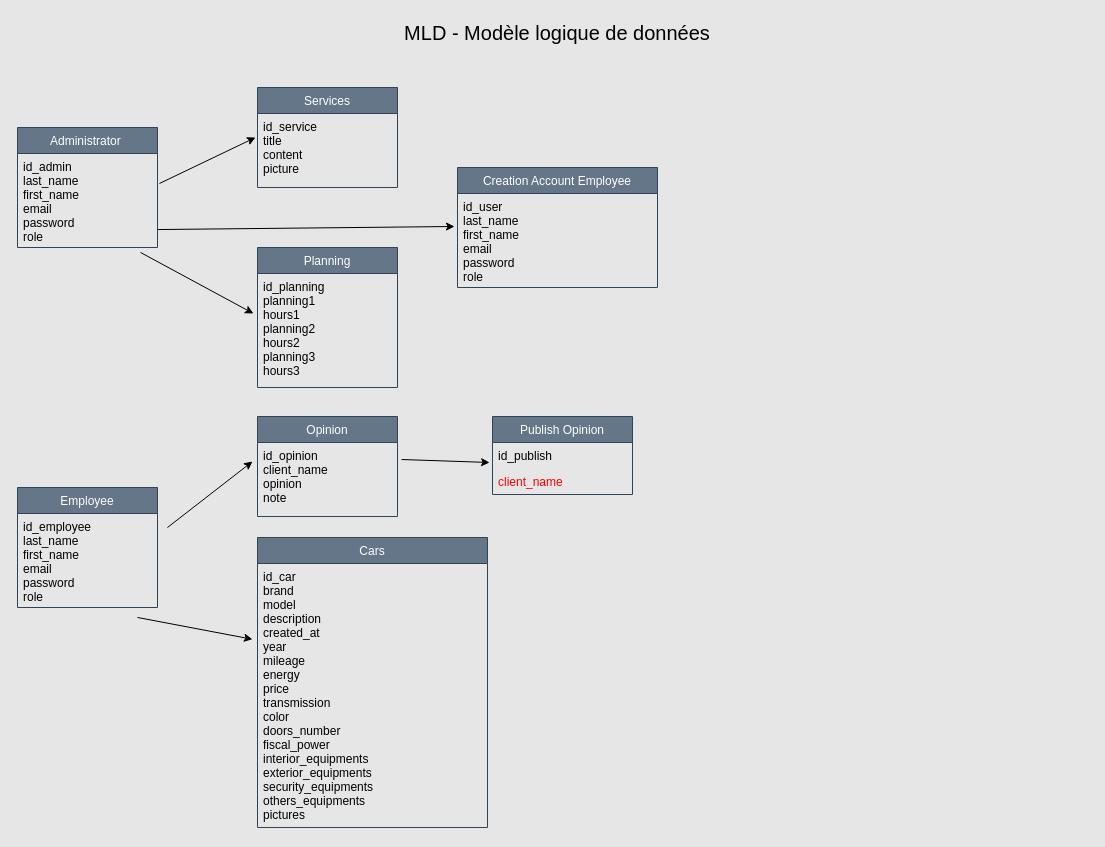
Neeruam244/garageparrot keeps this draw.io diagram as Diagrammes/MLD.drawio. Above is the earlier version. Source tidied: cells renumbered, new cells numbered last; positions are measured from the earlier drawing's top-left corner, leaving out a move shared by most shapes. Both pictures are drawn from the tidied source at 100%, with x=0, y=0 at pixel (17, 17).
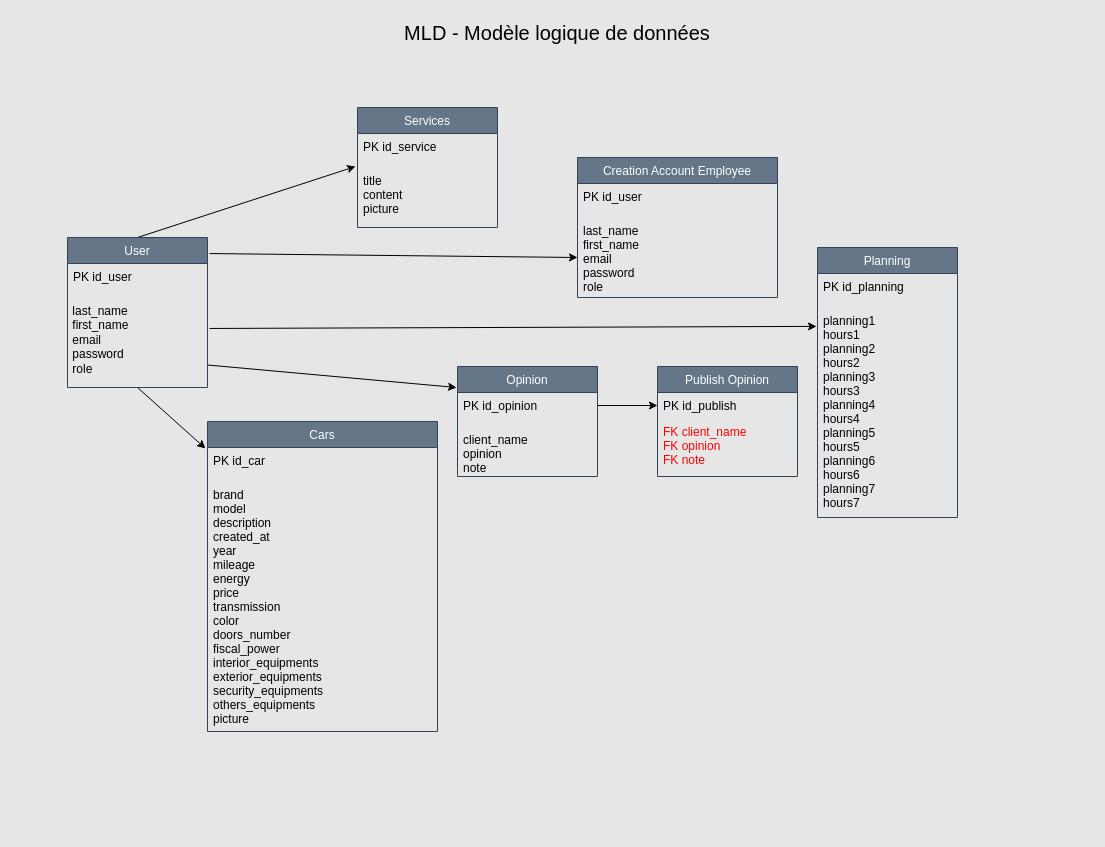
Above is the later version.

The edit, as a diff of the source:
```diff
@@
-    <mxCell id="2" value="Administrator " style="swimlane;fontStyle=0;horizontal=1;startSize=26;fillColor=#647687;fontColor=#ffffff;strokeColor=#314354;" parent="1" vertex="1">
-      <mxGeometry y="110" width="140" height="120" as="geometry" />
-    </mxCell>
-    <mxCell id="3" value="id_admin&#10;last_name&#10;first_name&#10;email &#10;password &#10;role " style="text;strokeColor=none;fillColor=none;align=left;verticalAlign=top;spacingLeft=4;spacingRight=4;overflow=hidden;points=[[0,0.5],[1,0.5]];portConstraint=eastwest;fontColor=#000000;" parent="2" vertex="1">
-      <mxGeometry y="26" width="140" height="94" as="geometry" />
-    </mxCell>
     <mxCell id="4" value="Services" style="swimlane;fontStyle=0;horizontal=1;startSize=26;fillColor=#647687;fontColor=#ffffff;strokeColor=#314354;" parent="1" vertex="1">
-      <mxGeometry x="240" y="70" width="140" height="100" as="geometry" />
+      <mxGeometry x="340" y="90" width="140" height="120" as="geometry" />
     </mxCell>
-    <mxCell id="5" value="id_service&#10;title&#10;content &#10;picture " style="text;strokeColor=none;fillColor=none;align=left;verticalAlign=top;spacingLeft=4;spacingRight=4;overflow=hidden;points=[[0,0.5],[1,0.5]];portConstraint=eastwest;fontColor=#000000;" parent="4" vertex="1">
-      <mxGeometry y="26" width="140" height="74" as="geometry" />
+    <mxCell id="5" value="PK id_service" style="text;strokeColor=none;fillColor=none;align=left;verticalAlign=top;spacingLeft=4;spacingRight=4;overflow=hidden;points=[[0,0.5],[1,0.5]];portConstraint=eastwest;fontColor=#000000;" parent="4" vertex="1">
+      <mxGeometry y="26" width="140" height="34" as="geometry" />
     </mxCell>
+    <mxCell id="26" value="title&#10;content &#10;picture " style="text;strokeColor=none;fillColor=none;align=left;verticalAlign=top;spacingLeft=4;spacingRight=4;overflow=hidden;points=[[0,0.5],[1,0.5]];portConstraint=eastwest;fontColor=#000000;" parent="4" vertex="1">
+      <mxGeometry y="60" width="140" height="60" as="geometry" />
+    </mxCell>
     <mxCell id="6" value="Planning" style="swimlane;fontStyle=0;horizontal=1;startSize=26;fillColor=#647687;fontColor=#ffffff;strokeColor=#314354;" parent="1" vertex="1">
-      <mxGeometry x="240" y="230" width="140" height="140" as="geometry" />
+      <mxGeometry x="800" y="230" width="140" height="270" as="geometry" />
     </mxCell>
-    <mxCell id="7" value="id_planning&#10;planning1 &#10;hours1 &#10;planning2 &#10;hours2 &#10;planning3 &#10;hours3 " style="text;strokeColor=none;fillColor=none;align=left;verticalAlign=top;spacingLeft=4;spacingRight=4;overflow=hidden;points=[[0,0.5],[1,0.5]];portConstraint=eastwest;fontColor=#000000;" parent="6" vertex="1">
-      <mxGeometry y="26" width="140" height="114" as="geometry" />
+    <mxCell id="7" value="PK id_planning " style="text;strokeColor=none;fillColor=none;align=left;verticalAlign=top;spacingLeft=4;spacingRight=4;overflow=hidden;points=[[0,0.5],[1,0.5]];portConstraint=eastwest;fontColor=#000000;" parent="6" vertex="1">
+      <mxGeometry y="26" width="140" height="34" as="geometry" />
     </mxCell>
+    <mxCell id="27" value="planning1 &#10;hours1 &#10;planning2 &#10;hours2 &#10;planning3 &#10;hours3&#10;planning4 &#10;hours4 &#10;planning5 &#10;hours5 &#10;planning6 &#10;hours6&#10;planning7 &#10;hours7 " style="text;strokeColor=none;fillColor=none;align=left;verticalAlign=top;spacingLeft=4;spacingRight=4;overflow=hidden;points=[[0,0.5],[1,0.5]];portConstraint=eastwest;fontColor=#000000;" parent="6" vertex="1">
+      <mxGeometry y="60" width="140" height="210" as="geometry" />
+    </mxCell>
     <mxCell id="8" value="Creation Account Employee" style="swimlane;fontStyle=0;horizontal=1;startSize=26;fillColor=#647687;fontColor=#ffffff;strokeColor=#314354;" parent="1" vertex="1">
-      <mxGeometry x="440" y="150" width="200" height="120" as="geometry" />
+      <mxGeometry x="560" y="140" width="200" height="140" as="geometry" />
     </mxCell>
-    <mxCell id="9" value="id_user&#10;last_name&#10;first_name&#10;email &#10;password &#10;role " style="text;strokeColor=none;fillColor=none;align=left;verticalAlign=top;spacingLeft=4;spacingRight=4;overflow=hidden;points=[[0,0.5],[1,0.5]];portConstraint=eastwest;fontColor=#000000;" parent="8" vertex="1">
-      <mxGeometry y="26" width="200" height="94" as="geometry" />
+    <mxCell id="9" value="PK id_user&#10;" style="text;strokeColor=none;fillColor=none;align=left;verticalAlign=top;spacingLeft=4;spacingRight=4;overflow=hidden;points=[[0,0.5],[1,0.5]];portConstraint=eastwest;fontColor=#000000;" parent="8" vertex="1">
+      <mxGeometry y="26" width="200" height="34" as="geometry" />
     </mxCell>
-    <mxCell id="10" value="Employee" style="swimlane;fontStyle=0;horizontal=1;startSize=26;fillColor=#647687;fontColor=#ffffff;strokeColor=#314354;" parent="1" vertex="1">
-      <mxGeometry y="470" width="140" height="120" as="geometry" />
-    </mxCell>
-    <mxCell id="11" value="id_employee&#10;last_name&#10;first_name&#10;email &#10;password &#10;role " style="text;strokeColor=none;fillColor=none;align=left;verticalAlign=top;spacingLeft=4;spacingRight=4;overflow=hidden;points=[[0,0.5],[1,0.5]];portConstraint=eastwest;fontColor=#000000;" parent="10" vertex="1">
-      <mxGeometry y="26" width="140" height="94" as="geometry" />
-    </mxCell>
+    <mxCell id="28" value="last_name&#10;first_name&#10;email &#10;password &#10;role " style="text;strokeColor=none;fillColor=none;align=left;verticalAlign=top;spacingLeft=4;spacingRight=4;overflow=hidden;points=[[0,0.5],[1,0.5]];portConstraint=eastwest;fontColor=#000000;" parent="8" vertex="1">
+      <mxGeometry y="60" width="200" height="80" as="geometry" />
+    </mxCell>
     <mxCell id="12" value="Opinion" style="swimlane;fontStyle=0;horizontal=1;startSize=26;fillColor=#647687;fontColor=#ffffff;strokeColor=#314354;" parent="1" vertex="1">
-      <mxGeometry x="240" y="399" width="140" height="100" as="geometry" />
+      <mxGeometry x="440" y="349" width="140" height="110" as="geometry" />
     </mxCell>
-    <mxCell id="13" value="id_opinion&#10;client_name &#10;opinion&#10;note" style="text;strokeColor=none;fillColor=none;align=left;verticalAlign=top;spacingLeft=4;spacingRight=4;overflow=hidden;points=[[0,0.5],[1,0.5]];portConstraint=eastwest;fontColor=#000000;" parent="12" vertex="1">
-      <mxGeometry y="26" width="140" height="74" as="geometry" />
+    <mxCell id="13" value="PK id_opinion" style="text;strokeColor=none;fillColor=none;align=left;verticalAlign=top;spacingLeft=4;spacingRight=4;overflow=hidden;points=[[0,0.5],[1,0.5]];portConstraint=eastwest;fontColor=#000000;" parent="12" vertex="1">
+      <mxGeometry y="26" width="140" height="34" as="geometry" />
     </mxCell>
+    <mxCell id="29" value="client_name &#10;opinion&#10;note" style="text;strokeColor=none;fillColor=none;align=left;verticalAlign=top;spacingLeft=4;spacingRight=4;overflow=hidden;fontColor=#000000;" parent="12" vertex="1">
+      <mxGeometry y="60" width="140" height="50" as="geometry" />
+    </mxCell>
     <mxCell id="14" value="Cars" style="swimlane;fontStyle=0;horizontal=1;startSize=26;fillColor=#647687;fontColor=#ffffff;strokeColor=#314354;" parent="1" vertex="1">
-      <mxGeometry x="240" y="520" width="230" height="290" as="geometry" />
+      <mxGeometry x="190" y="404" width="230" height="310" as="geometry" />
     </mxCell>
-    <mxCell id="15" value="id_car&#10;brand&#10;model&#10;description&#10;created_at&#10;year&#10;mileage&#10;energy&#10;price&#10;transmission&#10;color&#10;doors_number&#10;fiscal_power&#10;interior_equipments&#10;exterior_equipments&#10;security_equipments&#10;others_equipments&#10;pictures" style="text;strokeColor=none;fillColor=none;align=left;verticalAlign=top;spacingLeft=4;spacingRight=4;overflow=hidden;points=[[0,0.5],[1,0.5]];portConstraint=eastwest;fontColor=#000000;" parent="14" vertex="1">
-      <mxGeometry y="26" width="230" height="264" as="geometry" />
+    <mxCell id="15" value="PK id_car&#10;" style="text;strokeColor=none;fillColor=none;align=left;verticalAlign=top;spacingLeft=4;spacingRight=4;overflow=hidden;points=[[0,0.5],[1,0.5]];portConstraint=eastwest;fontColor=#000000;" parent="14" vertex="1">
+      <mxGeometry y="26" width="230" height="34" as="geometry" />
     </mxCell>
+    <mxCell id="30" value="brand&#10;model&#10;description&#10;created_at&#10;year&#10;mileage&#10;energy&#10;price&#10;transmission&#10;color&#10;doors_number&#10;fiscal_power&#10;interior_equipments&#10;exterior_equipments&#10;security_equipments&#10;others_equipments&#10;picture" style="text;strokeColor=none;fillColor=none;align=left;verticalAlign=top;spacingLeft=4;spacingRight=4;overflow=hidden;fontColor=#000000;" parent="14" vertex="1">
+      <mxGeometry y="60" width="230" height="250" as="geometry" />
+    </mxCell>
     <mxCell id="16" value="Publish Opinion" style="swimlane;fontStyle=0;horizontal=1;startSize=26;fillColor=#647687;fontColor=#ffffff;strokeColor=#314354;" parent="1" vertex="1">
-      <mxGeometry x="475" y="399" width="140" height="78" as="geometry" />
+      <mxGeometry x="640" y="349" width="140" height="110" as="geometry" />
     </mxCell>
-    <mxCell id="17" value="id_publish" style="text;strokeColor=none;fillColor=none;align=left;verticalAlign=top;spacingLeft=4;spacingRight=4;overflow=hidden;points=[[0,0.5],[1,0.5]];portConstraint=eastwest;fontColor=#000000;" parent="16" vertex="1">
+    <mxCell id="17" value="PK id_publish" style="text;strokeColor=none;fillColor=none;align=left;verticalAlign=top;spacingLeft=4;spacingRight=4;overflow=hidden;points=[[0,0.5],[1,0.5]];portConstraint=eastwest;fontColor=#000000;" parent="16" vertex="1">
       <mxGeometry y="26" width="140" height="26" as="geometry" />
     </mxCell>
-    <mxCell id="18" value="client_name" style="text;strokeColor=none;fillColor=none;align=left;verticalAlign=top;spacingLeft=4;spacingRight=4;overflow=hidden;fontColor=#FF0000;" parent="16" vertex="1">
-      <mxGeometry y="52" width="140" height="26" as="geometry" />
+    <mxCell id="18" value="FK client_name&#10;FK opinion&#10;FK note " style="text;strokeColor=none;fillColor=none;align=left;verticalAlign=top;spacingLeft=4;spacingRight=4;overflow=hidden;fontColor=#FF0000;" parent="16" vertex="1">
+      <mxGeometry y="52" width="140" height="58" as="geometry" />
     </mxCell>
-    <mxCell id="19" style="endArrow=classic;html=1;fontColor=#FF0000;entryX=-0.014;entryY=0.324;entryDx=0;entryDy=0;entryPerimeter=0;strokeColor=#000000;exitX=1.014;exitY=0.319;exitDx=0;exitDy=0;exitPerimeter=0;" parent="1" edge="1" source="3" target="5">
+    <mxCell id="19" style="endArrow=classic;html=1;fontColor=#FF0000;entryX=-0.014;entryY=-0.017;entryDx=0;entryDy=0;entryPerimeter=0;strokeColor=#000000;exitX=0.5;exitY=0;exitDx=0;exitDy=0;" parent="1" edge="1" source="31" target="26">
       <mxGeometry relative="1" as="geometry" />
     </mxCell>
-    <mxCell id="20" style="endArrow=classic;html=1;strokeColor=#000000;fontColor=#FF0000;entryX=-0.029;entryY=0.351;entryDx=0;entryDy=0;entryPerimeter=0;exitX=0.879;exitY=1.053;exitDx=0;exitDy=0;exitPerimeter=0;" parent="1" edge="1" source="3" target="7">
+    <mxCell id="20" style="endArrow=classic;html=1;strokeColor=#000000;fontColor=#FF0000;entryX=-0.007;entryY=0.09;entryDx=0;entryDy=0;entryPerimeter=0;exitX=1.014;exitY=0.344;exitDx=0;exitDy=0;exitPerimeter=0;" parent="1" edge="1" source="33" target="27">
       <mxGeometry relative="1" as="geometry" />
     </mxCell>
-    <mxCell id="21" style="endArrow=classic;html=1;strokeColor=#000000;fontColor=#FF0000;entryX=-0.015;entryY=0.351;entryDx=0;entryDy=0;entryPerimeter=0;exitX=1;exitY=0.809;exitDx=0;exitDy=0;exitPerimeter=0;" parent="1" edge="1" source="3" target="9">
+    <mxCell id="21" style="endArrow=classic;html=1;strokeColor=#000000;fontColor=#FF0000;entryX=0;entryY=0.5;entryDx=0;entryDy=0;exitX=1.014;exitY=0.107;exitDx=0;exitDy=0;exitPerimeter=0;" parent="1" edge="1" source="31" target="28">
       <mxGeometry relative="1" as="geometry" />
     </mxCell>
-    <mxCell id="22" style="endArrow=classic;html=1;strokeColor=#000000;fontColor=#FF0000;entryX=-0.036;entryY=0.257;entryDx=0;entryDy=0;entryPerimeter=0;exitX=1.071;exitY=0.149;exitDx=0;exitDy=0;exitPerimeter=0;" parent="1" edge="1" source="11" target="13">
+    <mxCell id="22" style="endArrow=classic;html=1;strokeColor=#000000;fontColor=#FF0000;entryX=-0.007;entryY=0.191;entryDx=0;entryDy=0;entryPerimeter=0;exitX=1;exitY=0.75;exitDx=0;exitDy=0;" parent="1" edge="1" source="33" target="12">
       <mxGeometry relative="1" as="geometry" />
     </mxCell>
-    <mxCell id="23" style="endArrow=classic;html=1;strokeColor=#000000;fontColor=#FF0000;entryX=-0.022;entryY=0.287;entryDx=0;entryDy=0;entryPerimeter=0;exitX=0.857;exitY=1.106;exitDx=0;exitDy=0;exitPerimeter=0;" parent="1" edge="1" source="11" target="15">
+    <mxCell id="23" style="endArrow=classic;html=1;strokeColor=#000000;fontColor=#FF0000;entryX=-0.009;entryY=0.029;entryDx=0;entryDy=0;exitX=0.5;exitY=1;exitDx=0;exitDy=0;entryPerimeter=0;" parent="1" edge="1" source="33" target="15">
       <mxGeometry relative="1" as="geometry" />
     </mxCell>
-    <mxCell id="24" style="endArrow=classic;html=1;strokeColor=#000000;fontColor=#FF0000;exitX=1.029;exitY=0.23;exitDx=0;exitDy=0;exitPerimeter=0;entryX=-0.021;entryY=0.769;entryDx=0;entryDy=0;entryPerimeter=0;" parent="1" edge="1" source="13" target="17">
-      <mxGeometry relative="1" as="geometry" />
+    <mxCell id="24" style="endArrow=classic;html=1;strokeColor=#000000;fontColor=#FF0000;entryX=0;entryY=0.5;entryDx=0;entryDy=0;" parent="1" edge="1" target="17">
+      <mxGeometry relative="1" as="geometry">
+        <mxPoint x="580" y="388" as="sourcePoint" />
+      </mxGeometry>
     </mxCell>
@@
+    <mxCell id="31" value="User" style="swimlane;fontStyle=0;horizontal=1;startSize=26;fillColor=#647687;fontColor=#ffffff;strokeColor=#314354;" parent="1" vertex="1">
+      <mxGeometry x="50" y="220" width="140" height="150" as="geometry" />
+    </mxCell>
+    <mxCell id="32" value="PK id_user " style="text;strokeColor=none;fillColor=none;align=left;verticalAlign=top;spacingLeft=4;spacingRight=4;overflow=hidden;fontColor=#000000;" parent="31" vertex="1">
+      <mxGeometry y="26" width="140" height="34" as="geometry" />
+    </mxCell>
+    <mxCell id="33" value="&lt;span style=&quot;color: rgb(0, 0, 0); font-family: Helvetica; font-size: 12px; font-style: normal; font-variant-ligatures: normal; font-variant-caps: normal; font-weight: 400; letter-spacing: normal; orphans: 2; text-align: left; text-indent: 0px; text-transform: none; widows: 2; word-spacing: 0px; -webkit-text-stroke-width: 0px; text-decoration-thickness: initial; text-decoration-style: initial; text-decoration-color: initial; float: none; display: inline !important;&quot;&gt;&amp;nbsp;last_name&lt;/span&gt;&lt;br style=&quot;border-color: rgb(0, 0, 0); padding: 0px; margin: 0px; color: rgb(0, 0, 0); font-family: Helvetica; font-size: 12px; font-style: normal; font-variant-ligatures: normal; font-variant-caps: normal; font-weight: 400; letter-spacing: normal; orphans: 2; text-align: left; text-indent: 0px; text-transform: none; widows: 2; word-spacing: 0px; -webkit-text-stroke-width: 0px; text-decoration-thickness: initial; text-decoration-style: initial; text-decoration-color: initial;&quot;&gt;&lt;span style=&quot;color: rgb(0, 0, 0); font-family: Helvetica; font-size: 12px; font-style: normal; font-variant-ligatures: normal; font-variant-caps: normal; font-weight: 400; letter-spacing: normal; orphans: 2; text-align: left; text-indent: 0px; text-transform: none; widows: 2; word-spacing: 0px; -webkit-text-stroke-width: 0px; text-decoration-thickness: initial; text-decoration-style: initial; text-decoration-color: initial; float: none; display: inline !important;&quot;&gt;&amp;nbsp;first_name&lt;/span&gt;&lt;br style=&quot;border-color: rgb(0, 0, 0); padding: 0px; margin: 0px; color: rgb(0, 0, 0); font-family: Helvetica; font-size: 12px; font-style: normal; font-variant-ligatures: normal; font-variant-caps: normal; font-weight: 400; letter-spacing: normal; orphans: 2; text-align: left; text-indent: 0px; text-transform: none; widows: 2; word-spacing: 0px; -webkit-text-stroke-width: 0px; text-decoration-thickness: initial; text-decoration-style: initial; text-decoration-color: initial;&quot;&gt;&lt;span style=&quot;color: rgb(0, 0, 0); font-family: Helvetica; font-size: 12px; font-style: normal; font-variant-ligatures: normal; font-variant-caps: normal; font-weight: 400; letter-spacing: normal; orphans: 2; text-align: left; text-indent: 0px; text-transform: none; widows: 2; word-spacing: 0px; -webkit-text-stroke-width: 0px; text-decoration-thickness: initial; text-decoration-style: initial; text-decoration-color: initial; float: none; display: inline !important;&quot;&gt;&amp;nbsp;email&amp;nbsp;&lt;/span&gt;&lt;br style=&quot;border-color: rgb(0, 0, 0); padding: 0px; margin: 0px; color: rgb(0, 0, 0); font-family: Helvetica; font-size: 12px; font-style: normal; font-variant-ligatures: normal; font-variant-caps: normal; font-weight: 400; letter-spacing: normal; orphans: 2; text-align: left; text-indent: 0px; text-transform: none; widows: 2; word-spacing: 0px; -webkit-text-stroke-width: 0px; text-decoration-thickness: initial; text-decoration-style: initial; text-decoration-color: initial;&quot;&gt;&lt;span style=&quot;color: rgb(0, 0, 0); font-family: Helvetica; font-size: 12px; font-style: normal; font-variant-ligatures: normal; font-variant-caps: normal; font-weight: 400; letter-spacing: normal; orphans: 2; text-align: left; text-indent: 0px; text-transform: none; widows: 2; word-spacing: 0px; -webkit-text-stroke-width: 0px; text-decoration-thickness: initial; text-decoration-style: initial; text-decoration-color: initial; float: none; display: inline !important;&quot;&gt;&amp;nbsp;password&amp;nbsp;&lt;/span&gt;&lt;br style=&quot;border-color: rgb(0, 0, 0); padding: 0px; margin: 0px; color: rgb(0, 0, 0); font-family: Helvetica; font-size: 12px; font-style: normal; font-variant-ligatures: normal; font-variant-caps: normal; font-weight: 400; letter-spacing: normal; orphans: 2; text-align: left; text-indent: 0px; text-transform: none; widows: 2; word-spacing: 0px; -webkit-text-stroke-width: 0px; text-decoration-thickness: initial; text-decoration-style: initial; text-decoration-color: initial;&quot;&gt;&lt;span style=&quot;color: rgb(0, 0, 0); font-family: Helvetica; font-size: 12px; font-style: normal; font-variant-ligatures: normal; font-variant-caps: normal; font-weight: 400; letter-spacing: normal; orphans: 2; text-align: left; text-indent: 0px; text-transform: none; widows: 2; word-spacing: 0px; -webkit-text-stroke-width: 0px; text-decoration-thickness: initial; text-decoration-style: initial; text-decoration-color: initial; float: none; display: inline !important;&quot;&gt;&amp;nbsp;role&amp;nbsp;&lt;/span&gt;" style="text;whiteSpace=wrap;html=1;" parent="31" vertex="1">
+      <mxGeometry y="60" width="140" height="90" as="geometry" />
+    </mxCell>
```
